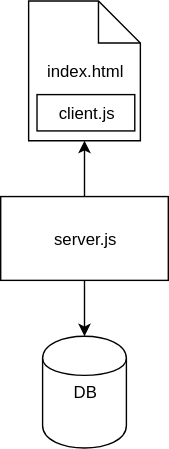
Above: presentation/spectacle-boilerplate/assets/Untitled Diagram.svg in ConSol/hackaburg-2017 (draw.io), before the change. Source tidied: cells renumbered, new cells last; positions are measured from the earlier drawing's top-left corner, leaving out a move shared by most shapes. The source it was exported from:
```xml
<mxGraphModel background="#ffffff">
  <root>
    <mxCell id="0" />
    <mxCell id="1" parent="0" />
    <mxCell id="2" value="DB" style="shape=cylinder;whiteSpace=wrap;html=1;" parent="1" vertex="1">
      <mxGeometry x="30" y="240" width="60" height="80" as="geometry" />
    </mxCell>
    <mxCell id="3" value="server.js" style="whiteSpace=wrap;html=1;" parent="1" vertex="1">
      <mxGeometry y="140" width="120" height="60" as="geometry" />
    </mxCell>
    <mxCell id="4" value="index.html" style="shape=note;whiteSpace=wrap;html=1;" parent="1" vertex="1">
      <mxGeometry x="20" width="80" height="100" as="geometry" />
    </mxCell>
    <mxCell id="5" value="client.js" style="whiteSpace=wrap;html=1;" parent="1" vertex="1">
      <mxGeometry x="26" y="67" width="70" height="26" as="geometry" />
    </mxCell>
    <mxCell id="6" style="endArrow=classic;html=1;entryX=0.5;entryY=0;exitX=0.5;exitY=1;" parent="1" edge="1" source="3" target="2">
      <mxGeometry relative="1" as="geometry" />
    </mxCell>
    <mxCell id="7" style="endArrow=classic;html=1;exitX=0.5;exitY=0;entryX=0.5;entryY=1;" parent="1" edge="1" source="3" target="4">
      <mxGeometry relative="1" as="geometry" />
    </mxCell>
  </root>
</mxGraphModel>
```
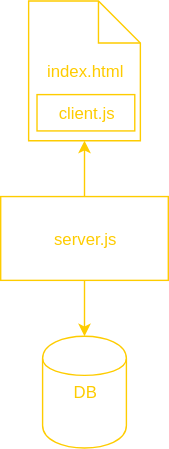
After the commit.

Change to the diagram source:
```diff
@@ -2,22 +2,22 @@
   <root>
     <mxCell id="0" />
     <mxCell id="1" parent="0" />
-    <mxCell id="2" value="DB" style="shape=cylinder;whiteSpace=wrap;html=1;" parent="1" vertex="1">
+    <mxCell id="2" value="DB" style="shape=cylinder;whiteSpace=wrap;html=1;fontColor=#fecc00;strokeColor=#fecc00;fillColor=none;" parent="1" vertex="1">
       <mxGeometry x="30" y="240" width="60" height="80" as="geometry" />
     </mxCell>
-    <mxCell id="3" value="server.js" style="whiteSpace=wrap;html=1;" parent="1" vertex="1">
+    <mxCell id="3" value="server.js" style="whiteSpace=wrap;html=1;fontColor=#fecc00;strokeColor=#fecc00;fillColor=none;" parent="1" vertex="1">
       <mxGeometry y="140" width="120" height="60" as="geometry" />
     </mxCell>
-    <mxCell id="4" value="index.html" style="shape=note;whiteSpace=wrap;html=1;" parent="1" vertex="1">
+    <mxCell id="4" value="index.html" style="shape=note;whiteSpace=wrap;html=1;fillColor=none;strokeColor=#fecc00;fontColor=#fecc00;" parent="1" vertex="1">
       <mxGeometry x="20" width="80" height="100" as="geometry" />
     </mxCell>
-    <mxCell id="5" value="client.js" style="whiteSpace=wrap;html=1;" parent="1" vertex="1">
+    <mxCell id="5" value="client.js" style="whiteSpace=wrap;html=1;fontColor=#fecc00;strokeColor=#fecc00;fillColor=none;" parent="1" vertex="1">
       <mxGeometry x="26" y="67" width="70" height="26" as="geometry" />
     </mxCell>
-    <mxCell id="6" style="endArrow=classic;html=1;entryX=0.5;entryY=0;exitX=0.5;exitY=1;" parent="1" edge="1" source="3" target="2">
+    <mxCell id="6" style="html=1;entryX=0.5;entryY=0;exitX=0.5;exitY=1;fontSize=12;fontColor=#fecc00;strokeColor=#fecc00;fillColor=none;" parent="1" edge="1" source="3" target="2">
       <mxGeometry relative="1" as="geometry" />
     </mxCell>
-    <mxCell id="7" style="endArrow=classic;html=1;exitX=0.5;exitY=0;entryX=0.5;entryY=1;" parent="1" edge="1" source="3" target="4">
+    <mxCell id="7" style="html=1;exitX=0.5;exitY=0;entryX=0.5;entryY=1;fontSize=12;fontColor=#fecc00;strokeColor=#fecc00;fillColor=none;" parent="1" edge="1" source="3" target="4">
       <mxGeometry relative="1" as="geometry" />
     </mxCell>
   </root>
```
